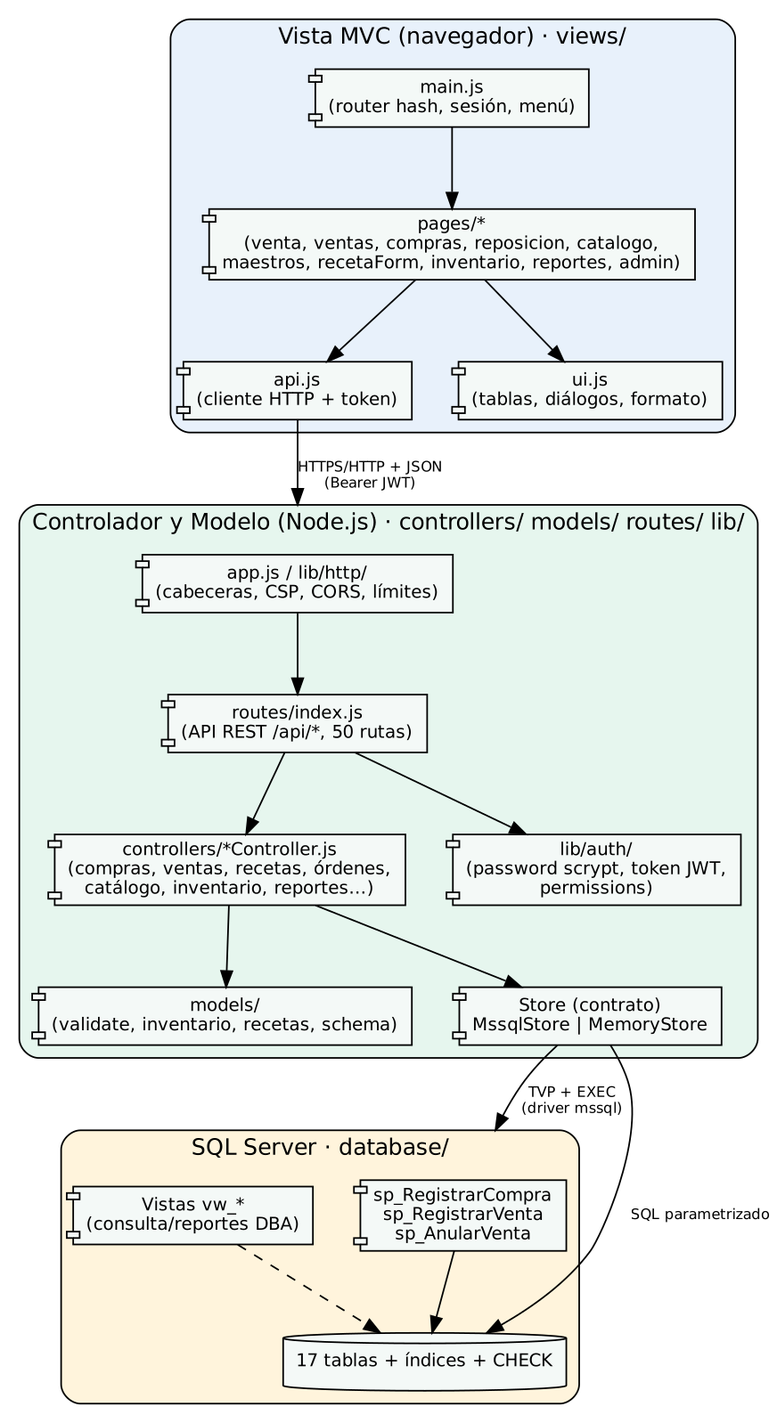
Before: docs/diagramas/componentes.png, a diagram exported from Graphviz (angelonavarroxd23-lab/Farma-Control). Its source is kept beside it as docs/diagramas/src/componentes.dot.
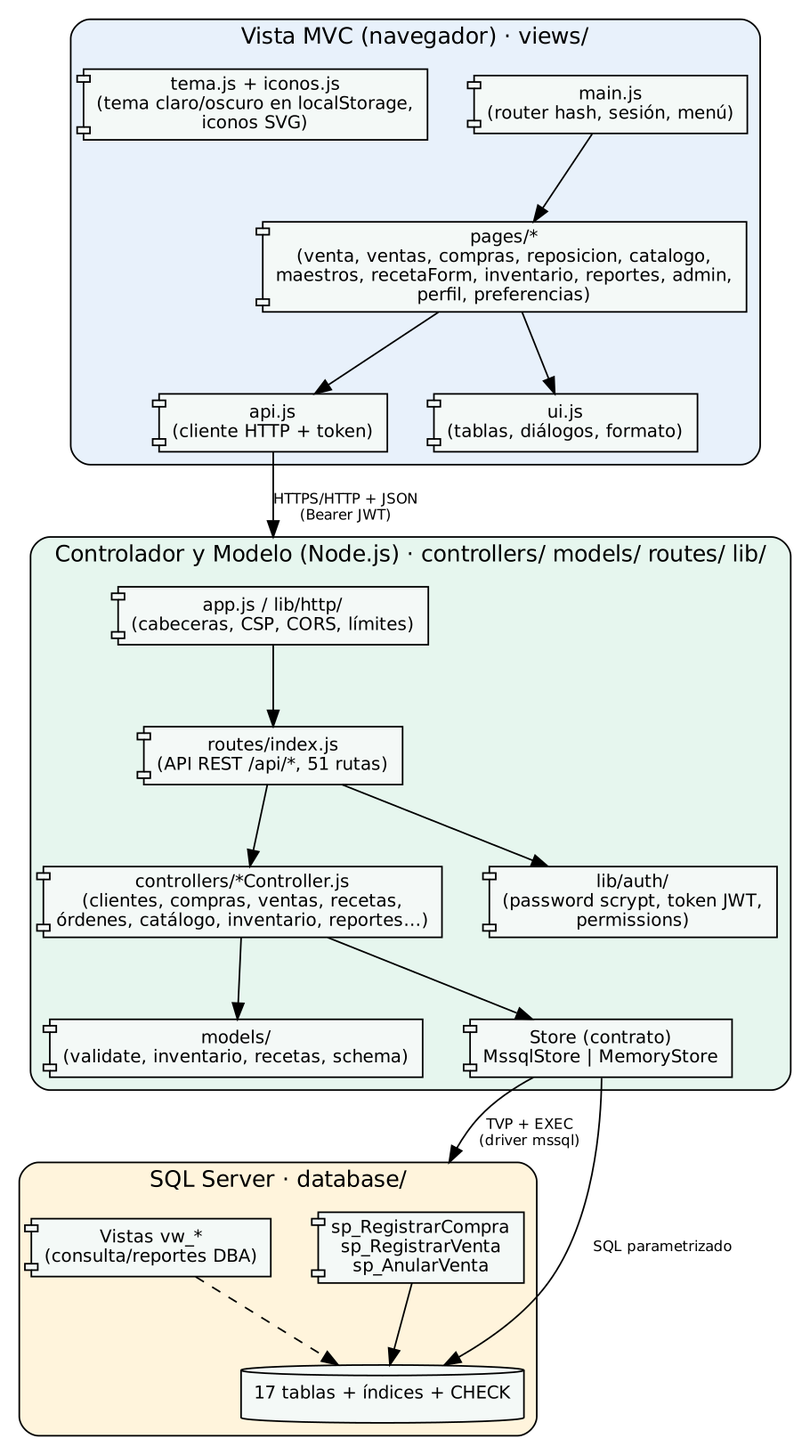
After the change.

Change to the diagram source:
```diff
@@ -1,9 +1,9 @@
 digraph C { rankdir=TB; bgcolor=white; compound=true; nodesep=0.4; ranksep=0.7;
 node [shape=component, style=filled, fillcolor="#F4F9F7", fontname=Helvetica, fontsize=11]; edge [fontname=Helvetica, fontsize=9];
 subgraph cluster_f { label="Vista MVC (navegador) · views/"; style="rounded,filled"; fillcolor="#E8F1FB"; fontname=Helvetica;
- main [label="main.js\n(router hash, sesión, menú)"]; pages [label="pages/*\n(venta, ventas, compras, reposicion, catalogo,\nmaestros, recetaForm, inventario, reportes, admin)"]; api [label="api.js\n(cliente HTTP + token)"]; ui [label="ui.js\n(tablas, diálogos, formato)"]; }
+ main [label="main.js\n(router hash, sesión, menú)"]; pages [label="pages/*\n(venta, ventas, compras, reposicion, catalogo,\nmaestros, recetaForm, inventario, reportes, admin,\nperfil, preferencias)"]; tema [label="tema.js + iconos.js\n(tema claro/oscuro en localStorage,\niconos SVG)"]; api [label="api.js\n(cliente HTTP + token)"]; ui [label="ui.js\n(tablas, diálogos, formato)"]; }
 subgraph cluster_b { label="Controlador y Modelo (Node.js) · controllers/ models/ routes/ lib/"; style="rounded,filled"; fillcolor="#E6F6EE"; fontname=Helvetica;
- app [label="app.js / lib/http/\n(cabeceras, CSP, CORS, límites)"]; routes [label="routes/index.js\n(API REST /api/*, 50 rutas)"]; ctrl [label="controllers/*Controller.js\n(compras, ventas, recetas, órdenes,\ncatálogo, inventario, reportes…)"]; auth [label="lib/auth/\n(password scrypt, token JWT,\npermissions)"]; mod [label="models/\n(validate, inventario, recetas, schema)"]; store [label="Store (contrato)\nMssqlStore | MemoryStore"]; }
+ app [label="app.js / lib/http/\n(cabeceras, CSP, CORS, límites)"]; routes [label="routes/index.js\n(API REST /api/*, 51 rutas)"]; ctrl [label="controllers/*Controller.js\n(clientes, compras, ventas, recetas,\nórdenes, catálogo, inventario, reportes…)"]; auth [label="lib/auth/\n(password scrypt, token JWT,\npermissions)"]; mod [label="models/\n(validate, inventario, recetas, schema)"]; store [label="Store (contrato)\nMssqlStore | MemoryStore"]; }
 subgraph cluster_d { label="SQL Server · database/"; style="rounded,filled"; fillcolor="#FFF4DC"; fontname=Helvetica;
  tabs [label="17 tablas + índices + CHECK", shape=cylinder]; sps [label="sp_RegistrarCompra\nsp_RegistrarVenta\nsp_AnularVenta"]; views [label="Vistas vw_*\n(consulta/reportes DBA)"]; }
 main -> pages; pages -> api; pages -> ui; api -> app [label="HTTPS/HTTP + JSON\n(Bearer JWT)", lhead=cluster_b];
```
